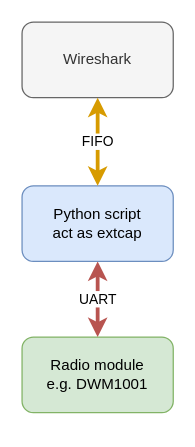
Above: reports/drawio/extcap_802_15_4.drawio in tuannv-github/uwb-ips (draw.io), before the change. Source tidied: cells renumbered, new cells numbered last; positions are measured from the earlier drawing's top-left corner, leaving out a move shared by most shapes. Both pictures are drawn from the tidied source at 126%, with x=0, y=0 at pixel (21, 21).
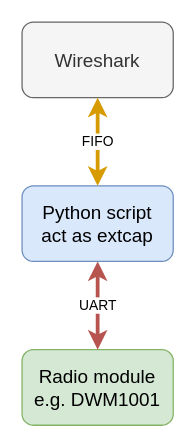
The same diagram, later.

Diff of the diagram source:
```diff
@@
 <mxGraphModel>
   <root>
     <mxCell id="0" />
     <mxCell id="1" parent="0" />
-    <mxCell id="2" value="Radio module&lt;br&gt;e.g. DWM1001" style="rounded=1;whiteSpace=wrap;html=1;fillColor=#d5e8d4;strokeColor=#82b366;" parent="1" vertex="1">
-      <mxGeometry y="250" width="120" height="60" as="geometry" />
+    <mxCell id="2" value="&lt;font style=&quot;font-size: 15px&quot;&gt;Radio module&lt;br&gt;e.g. DWM1001&lt;/font&gt;" style="rounded=1;whiteSpace=wrap;html=1;fillColor=#d5e8d4;strokeColor=#82b366;" parent="1" vertex="1">
+      <mxGeometry y="260" width="120" height="60" as="geometry" />
     </mxCell>
     <mxCell id="3" value="UART" style="endArrow=classic;startArrow=classic;html=1;exitX=0.5;exitY=1;exitDx=0;exitDy=0;fillColor=#f8cecc;strokeColor=#b85450;strokeWidth=3;" parent="1" edge="1" source="4" target="2">
       <mxGeometry relative="1" as="geometry" />
     </mxCell>
-    <mxCell id="4" value="Python script&lt;br&gt;act as extcap" style="rounded=1;whiteSpace=wrap;html=1;fillColor=#dae8fc;strokeColor=#6c8ebf;" parent="1" vertex="1">
+    <mxCell id="4" value="&lt;font style=&quot;font-size: 15px&quot;&gt;Python script&lt;br&gt;act as extcap&lt;/font&gt;" style="rounded=1;whiteSpace=wrap;html=1;fillColor=#dae8fc;strokeColor=#6c8ebf;" parent="1" vertex="1">
       <mxGeometry y="130" width="120" height="60" as="geometry" />
     </mxCell>
-    <mxCell id="5" value="Wireshark" style="rounded=1;whiteSpace=wrap;html=1;fillColor=#f5f5f5;strokeColor=#666666;fontColor=#333333;" parent="1" vertex="1">
+    <mxCell id="5" value="&lt;font style=&quot;font-size: 15px&quot;&gt;Wireshark&lt;/font&gt;" style="rounded=1;whiteSpace=wrap;html=1;fillColor=#f5f5f5;strokeColor=#666666;fontColor=#333333;" parent="1" vertex="1">
       <mxGeometry width="120" height="60" as="geometry" />
     </mxCell>
     <mxCell id="6" value="FIFO" style="endArrow=classic;startArrow=classic;html=1;entryX=0.5;entryY=1;entryDx=0;entryDy=0;exitX=0.5;exitY=0;exitDx=0;exitDy=0;fillColor=#ffe6cc;strokeColor=#d79b00;strokeWidth=3;" parent="1" edge="1" source="4" target="5">
       <mxGeometry relative="1" as="geometry" />
     </mxCell>
   </root>
 </mxGraphModel>
```
